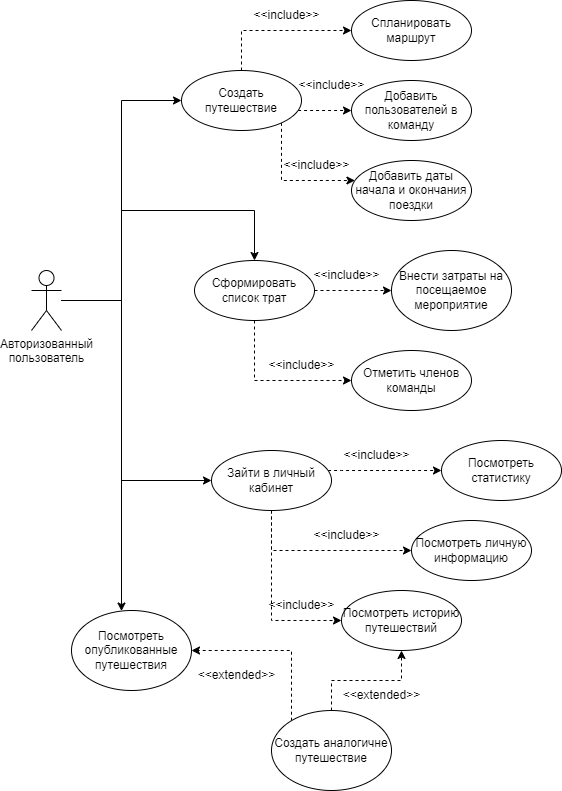
Above: documentation/диаграммы/use case со стороны авторизованного пользователя.png in egoistique/TravelWithFriends (draw.io), before the change. Source tidied: cells renumbered, new cells last; positions are measured from the earlier drawing's top-left corner, leaving out a move shared by most shapes.
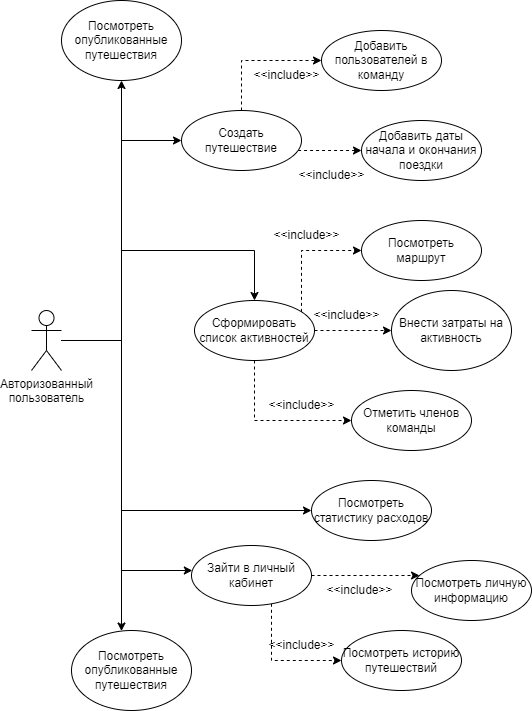
Later version of the same file.

What changed in the source:
```diff
@@ -14,15 +14,22 @@
       <mxGeometry relative="1" as="geometry">
         <Array as="points">
           <mxPoint x="90" y="300" />
-          <mxPoint x="90" y="480" />
+          <mxPoint x="90" y="530" />
         </Array>
       </mxGeometry>
     </mxCell>
+    <mxCell id="40" style="edgeStyle=orthogonalEdgeStyle;rounded=0;jettySize=auto;html=1;" parent="1" edge="1" source="4" target="41">
+      <mxGeometry relative="1" as="geometry">
+        <Array as="points">
+          <mxPoint x="90" y="300" />
+        </Array>
+      </mxGeometry>
+    </mxCell>
     <mxCell id="4" value="Авторизованный&lt;br&gt;пользователь" style="shape=umlActor;verticalLabelPosition=bottom;verticalAlign=top;html=1;outlineConnect=0;" parent="1" vertex="1">
       <mxGeometry y="270" width="30" height="60" as="geometry" />
     </mxCell>
     <mxCell id="5" value="Посмотреть опубликованные путешествия" style="ellipse;whiteSpace=wrap;html=1;" parent="1" vertex="1">
-      <mxGeometry x="40" y="610" width="120" height="80" as="geometry" />
+      <mxGeometry x="40" y="590" width="120" height="80" as="geometry" />
     </mxCell>
     <mxCell id="6" style="edgeStyle=orthogonalEdgeStyle;rounded=0;jettySize=auto;html=1;dashed=1;" parent="1" edge="1" source="8" target="25">
       <mxGeometry relative="1" as="geometry" />
@@ -34,28 +41,28 @@
         </Array>
       </mxGeometry>
     </mxCell>
-    <mxCell id="8" value="Сформировать список трат" style="ellipse;whiteSpace=wrap;html=1;" parent="1" vertex="1">
+    <mxCell id="8" value="Сформировать список активностей" style="ellipse;whiteSpace=wrap;html=1;" parent="1" vertex="1">
       <mxGeometry x="163" y="260" width="120" height="60" as="geometry" />
     </mxCell>
-    <mxCell id="9" style="edgeStyle=orthogonalEdgeStyle;rounded=0;jettySize=auto;html=1;dashed=1;" parent="1" edge="1" source="12" target="17">
+    <mxCell id="9" style="edgeStyle=orthogonalEdgeStyle;rounded=0;jettySize=auto;html=1;dashed=1;" parent="1" edge="1" source="8" target="17">
       <mxGeometry relative="1" as="geometry">
         <Array as="points">
-          <mxPoint x="210" y="30" />
+          <mxPoint x="270" y="210" />
         </Array>
       </mxGeometry>
     </mxCell>
     <mxCell id="10" style="edgeStyle=orthogonalEdgeStyle;rounded=0;jettySize=auto;html=1;dashed=1;" parent="1" edge="1" source="12" target="16">
       <mxGeometry relative="1" as="geometry">
         <Array as="points">
-          <mxPoint x="290" y="110" />
-          <mxPoint x="290" y="110" />
+          <mxPoint x="210" y="20" />
         </Array>
       </mxGeometry>
     </mxCell>
     <mxCell id="11" style="edgeStyle=orthogonalEdgeStyle;rounded=0;jettySize=auto;html=1;dashed=1;" parent="1" edge="1" source="12" target="15">
       <mxGeometry relative="1" as="geometry">
         <Array as="points">
-          <mxPoint x="250" y="180" />
+          <mxPoint x="320" y="110" />
+          <mxPoint x="320" y="110" />
         </Array>
       </mxGeometry>
     </mxCell>
@@ -79,27 +86,14 @@
       </mxGeometry>
     </mxCell>
     <mxCell id="15" value="Добавить даты начала и окончания поездки" style="ellipse;whiteSpace=wrap;html=1;" parent="1" vertex="1">
-      <mxGeometry x="320" y="160" width="120" height="60" as="geometry" />
+      <mxGeometry x="330" y="80" width="120" height="60" as="geometry" />
     </mxCell>
     <mxCell id="16" value="Добавить пользователей в команду" style="ellipse;whiteSpace=wrap;html=1;" parent="1" vertex="1">
-      <mxGeometry x="320" y="80" width="120" height="60" as="geometry" />
+      <mxGeometry x="290" y="-10" width="120" height="60" as="geometry" />
     </mxCell>
-    <mxCell id="17" value="Спланировать маршрут" style="ellipse;whiteSpace=wrap;html=1;" parent="1" vertex="1">
-      <mxGeometry x="320" width="120" height="60" as="geometry" />
+    <mxCell id="17" value="Посмотреть маршрут" style="ellipse;whiteSpace=wrap;html=1;" parent="1" vertex="1">
+      <mxGeometry x="330" y="180" width="120" height="60" as="geometry" />
     </mxCell>
-    <mxCell id="18" style="edgeStyle=orthogonalEdgeStyle;rounded=0;jettySize=auto;html=1;dashed=1;" parent="1" edge="1" source="20" target="5">
-      <mxGeometry relative="1" as="geometry">
-        <Array as="points">
-          <mxPoint x="260" y="650" />
-        </Array>
-      </mxGeometry>
-    </mxCell>
-    <mxCell id="19" style="edgeStyle=orthogonalEdgeStyle;rounded=0;jettySize=auto;html=1;dashed=1;" parent="1" edge="1" source="20" target="27">
-      <mxGeometry relative="1" as="geometry" />
-    </mxCell>
-    <mxCell id="20" value="Создать аналогичне путешествие" style="ellipse;whiteSpace=wrap;html=1;" parent="1" vertex="1">
-      <mxGeometry x="240" y="710" width="120" height="80" as="geometry" />
-    </mxCell>
     <mxCell id="21" style="edgeStyle=orthogonalEdgeStyle;rounded=0;jettySize=auto;html=1;dashed=1;" parent="1" edge="1" source="24" target="27">
       <mxGeometry relative="1" as="geometry">
         <Array as="points">
@@ -107,11 +101,11 @@
         </Array>
       </mxGeometry>
     </mxCell>
-    <mxCell id="22" style="edgeStyle=orthogonalEdgeStyle;rounded=0;jettySize=auto;html=1;dashed=1;" parent="1" edge="1" source="24" target="28">
+    <mxCell id="22" style="edgeStyle=orthogonalEdgeStyle;rounded=0;jettySize=auto;html=1;" parent="1" edge="1" source="4" target="28">
       <mxGeometry relative="1" as="geometry">
         <Array as="points">
-          <mxPoint x="310" y="470" />
-          <mxPoint x="310" y="470" />
+          <mxPoint x="90" y="300" />
+          <mxPoint x="90" y="470" />
         </Array>
       </mxGeometry>
     </mxCell>
@@ -123,9 +117,9 @@
       </mxGeometry>
     </mxCell>
     <mxCell id="24" value="Зайти в личный кабинет" style="ellipse;whiteSpace=wrap;html=1;" parent="1" vertex="1">
-      <mxGeometry x="180" y="450" width="120" height="60" as="geometry" />
+      <mxGeometry x="160" y="505" width="120" height="60" as="geometry" />
     </mxCell>
-    <mxCell id="25" value="Внести затраты на посещаемое мероприятие" style="ellipse;whiteSpace=wrap;html=1;" parent="1" vertex="1">
+    <mxCell id="25" value="Внести затраты на активность" style="ellipse;whiteSpace=wrap;html=1;" parent="1" vertex="1">
       <mxGeometry x="360" y="250" width="120" height="80" as="geometry" />
     </mxCell>
     <mxCell id="26" value="Отметить членов команды" style="ellipse;whiteSpace=wrap;html=1;" parent="1" vertex="1">
@@ -134,27 +128,18 @@
     <mxCell id="27" value="Посмотреть историю путешествий" style="ellipse;whiteSpace=wrap;html=1;" parent="1" vertex="1">
       <mxGeometry x="310" y="590" width="120" height="60" as="geometry" />
     </mxCell>
-    <mxCell id="28" value="Посмотреть статистику" style="ellipse;whiteSpace=wrap;html=1;" parent="1" vertex="1">
-      <mxGeometry x="410" y="440" width="120" height="60" as="geometry" />
+    <mxCell id="28" value="Посмотреть статистику расходов" style="ellipse;whiteSpace=wrap;html=1;" parent="1" vertex="1">
+      <mxGeometry x="280" y="440" width="120" height="60" as="geometry" />
     </mxCell>
     <mxCell id="29" value="Посмотреть личную информацию" style="ellipse;whiteSpace=wrap;html=1;" parent="1" vertex="1">
       <mxGeometry x="380" y="520" width="120" height="60" as="geometry" />
     </mxCell>
-    <mxCell id="30" value="&amp;lt;&amp;lt;extended&amp;gt;&amp;gt;" style="text;html=1;align=center;verticalAlign=middle;strokeColor=none;fillColor=none;" parent="1" vertex="1">
-      <mxGeometry x="155" y="660" width="100" height="30" as="geometry" />
-    </mxCell>
-    <mxCell id="31" value="&amp;lt;&amp;lt;extended&amp;gt;&amp;gt;" style="text;html=1;align=center;verticalAlign=middle;strokeColor=none;fillColor=none;" parent="1" vertex="1">
-      <mxGeometry x="300" y="680" width="100" height="30" as="geometry" />
-    </mxCell>
     <mxCell id="32" value="&amp;lt;&amp;lt;include&amp;gt;&amp;gt;" style="text;html=1;align=center;verticalAlign=middle;strokeColor=none;fillColor=none;" parent="1" vertex="1">
       <mxGeometry x="225" y="590" width="90" height="30" as="geometry" />
     </mxCell>
     <mxCell id="33" value="&amp;lt;&amp;lt;include&amp;gt;&amp;gt;" style="text;html=1;align=center;verticalAlign=middle;strokeColor=none;fillColor=none;" parent="1" vertex="1">
-      <mxGeometry x="270" y="520" width="90" height="30" as="geometry" />
+      <mxGeometry x="283" y="535" width="90" height="30" as="geometry" />
     </mxCell>
-    <mxCell id="34" value="&amp;lt;&amp;lt;include&amp;gt;&amp;gt;" style="text;html=1;align=center;verticalAlign=middle;strokeColor=none;fillColor=none;" parent="1" vertex="1">
-      <mxGeometry x="300" y="440" width="90" height="30" as="geometry" />
-    </mxCell>
     <mxCell id="35" value="&amp;lt;&amp;lt;include&amp;gt;&amp;gt;" style="text;html=1;align=center;verticalAlign=middle;strokeColor=none;fillColor=none;" parent="1" vertex="1">
       <mxGeometry x="225" y="350" width="90" height="30" as="geometry" />
     </mxCell>
@@ -162,13 +147,16 @@
       <mxGeometry x="270" y="260" width="90" height="30" as="geometry" />
     </mxCell>
     <mxCell id="37" value="&amp;lt;&amp;lt;include&amp;gt;&amp;gt;" style="text;html=1;align=center;verticalAlign=middle;strokeColor=none;fillColor=none;" parent="1" vertex="1">
-      <mxGeometry x="240" y="150" width="90" height="30" as="geometry" />
+      <mxGeometry x="255" y="120" width="90" height="30" as="geometry" />
     </mxCell>
     <mxCell id="38" value="&amp;lt;&amp;lt;include&amp;gt;&amp;gt;" style="text;html=1;align=center;verticalAlign=middle;strokeColor=none;fillColor=none;" parent="1" vertex="1">
-      <mxGeometry x="255" y="70" width="90" height="30" as="geometry" />
+      <mxGeometry x="210" y="20" width="90" height="30" as="geometry" />
     </mxCell>
     <mxCell id="39" value="&amp;lt;&amp;lt;include&amp;gt;&amp;gt;" style="text;html=1;align=center;verticalAlign=middle;strokeColor=none;fillColor=none;" parent="1" vertex="1">
-      <mxGeometry x="210" width="90" height="30" as="geometry" />
+      <mxGeometry x="230" y="180" width="90" height="30" as="geometry" />
     </mxCell>
+    <mxCell id="41" value="Посмотреть опубликованные путешествия" style="ellipse;whiteSpace=wrap;html=1;" parent="1" vertex="1">
+      <mxGeometry x="30" y="-40" width="120" height="80" as="geometry" />
+    </mxCell>
   </root>
 </mxGraphModel>
```
